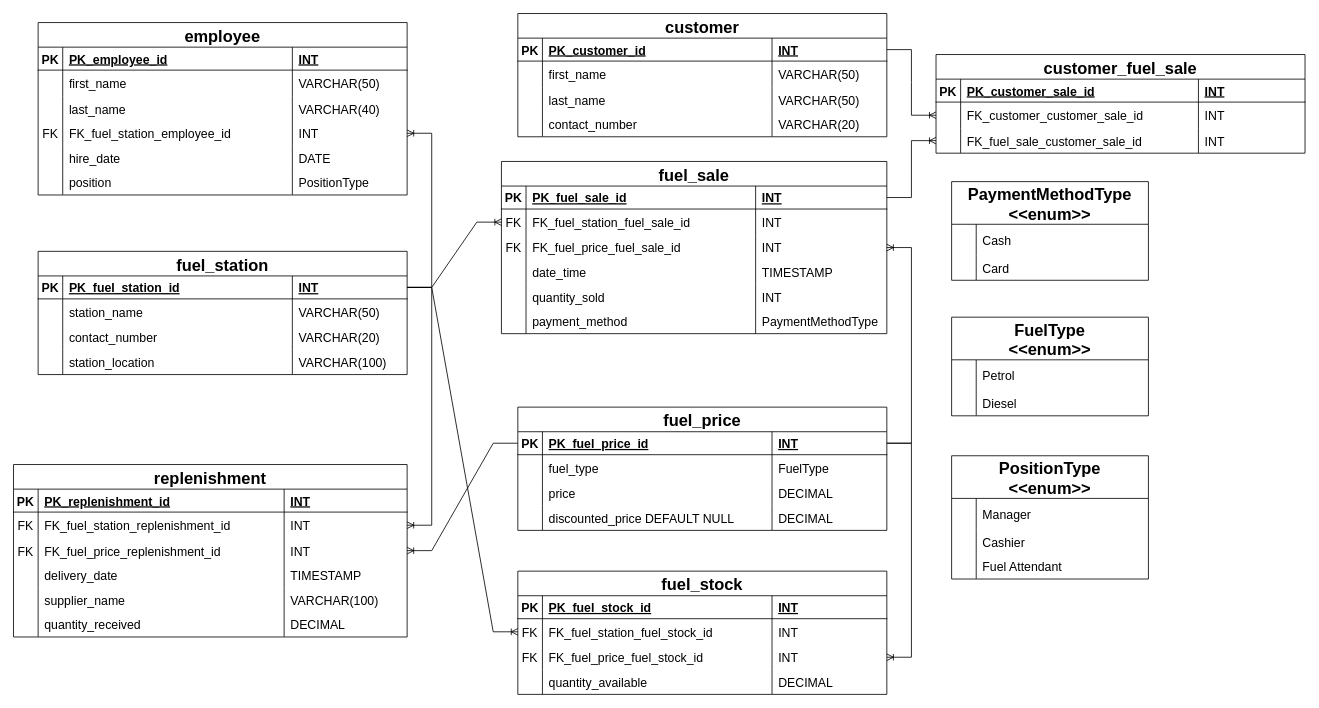
GiorgiEz/DB-modeling keeps this draw.io diagram as Untitled Diagram.drawio. Above is the earlier version. Source tidied: cells renumbered, new cells numbered last; positions are measured from the earlier drawing's top-left corner, leaving out a move shared by most shapes. Both pictures are drawn from the tidied source at 82%, with x=0, y=0 at pixel (-65, 13).
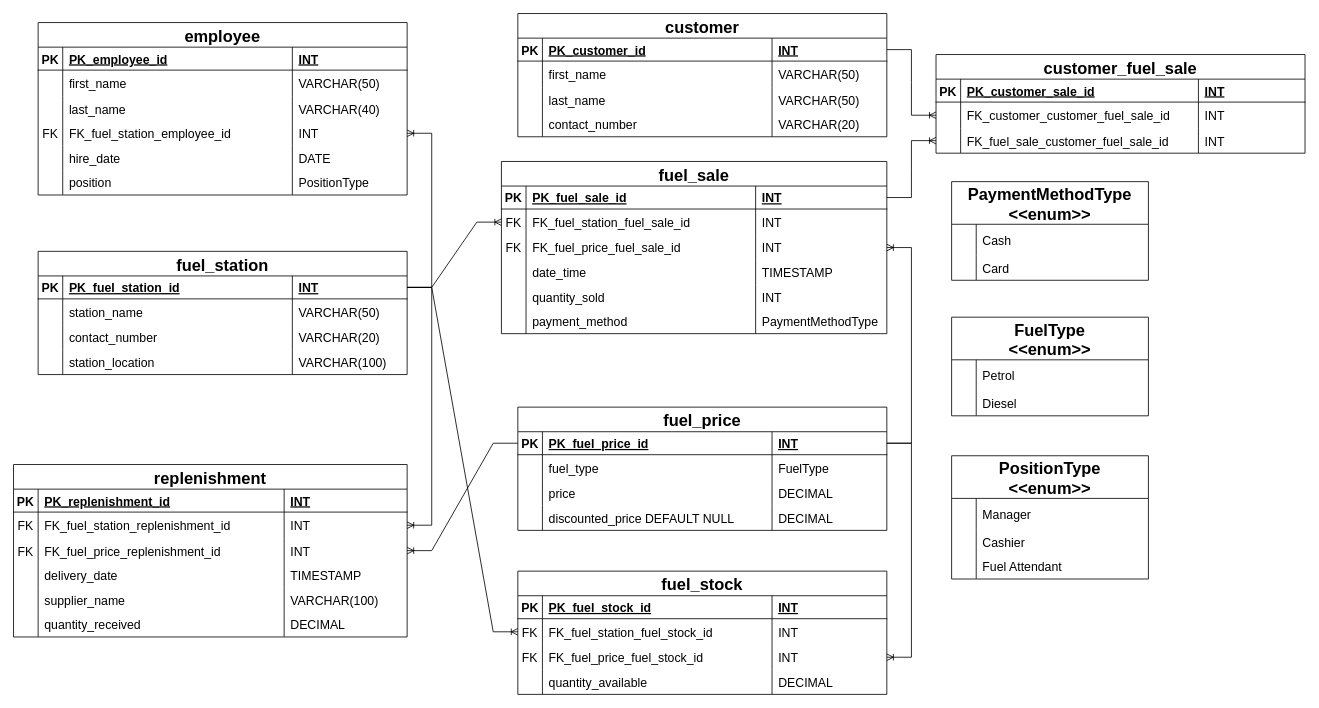
The same diagram, later.

The change refers to these unchanged cells:
```xml
<mxCell id="156" style="shape=partialRectangle;fillColor=none;points=[[0,0.5],[1,0.5]];portConstraint=eastwest;top=0;left=0;right=0;bottom=0;" parent="151" vertex="1">
  <mxGeometry y="58" width="450" height="32" as="geometry" />
</mxCell>
<mxCell id="160" style="shape=tableRow;horizontal=0;startSize=0;swimlaneHead=0;swimlaneBody=0;fillColor=none;points=[[0,0.5],[1,0.5]];portConstraint=eastwest;top=0;left=0;right=0;bottom=0;" parent="151" vertex="1">
  <mxGeometry y="90" width="450" height="30" as="geometry" />
</mxCell>
```

The edit, as a diff of the source:
```diff
@@
-    <mxCell id="158" value="FK_customer_customer_sale_id" style="shape=partialRectangle;overflow=hidden;fillColor=none;top=0;left=0;bottom=0;right=0;align=left;spacingLeft=6;fontColor=#000000;labelBackgroundColor=none;fontSize=15;" parent="156" vertex="1">
+    <mxCell id="158" value="FK_customer_customer_fuel_sale_id" style="shape=partialRectangle;overflow=hidden;fillColor=none;top=0;left=0;bottom=0;right=0;align=left;spacingLeft=6;fontColor=#000000;labelBackgroundColor=none;fontSize=15;" parent="156" vertex="1">
       <mxGeometry x="30" width="290" height="32" as="geometry" />
     </mxCell>
@@
-    <mxCell id="162" value="FK_fuel_sale_customer_sale_id" style="shape=partialRectangle;fillColor=none;top=0;left=0;bottom=0;right=0;align=left;spacingLeft=6;overflow=hidden;fontSize=15;" parent="160" vertex="1">
+    <mxCell id="162" value="FK_fuel_sale_customer_fuel_sale_id" style="shape=partialRectangle;fillColor=none;top=0;left=0;bottom=0;right=0;align=left;spacingLeft=6;overflow=hidden;fontSize=15;" parent="160" vertex="1">
       <mxGeometry x="30" width="290" height="30" as="geometry" />
     </mxCell>
```
